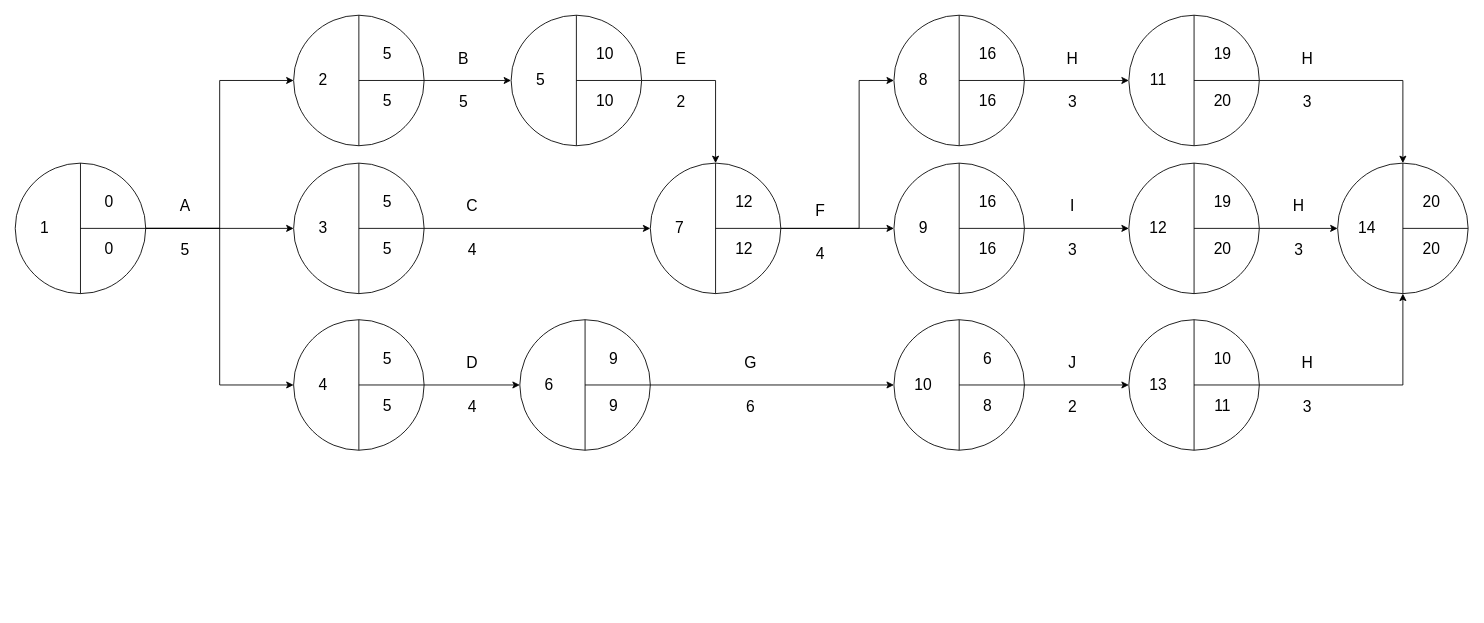
Above: page "Page-2" (2 of 2) of pert_diagram.drawio in RayhanHamada/bikin-dfd (draw.io), before the change. Source tidied: cells renumbered, new cells numbered last; positions are measured from the earlier drawing's top-left corner, leaving out a move shared by most shapes. Both pictures are drawn from the tidied source at 87%, with x=0, y=0 at pixel (15, 15).
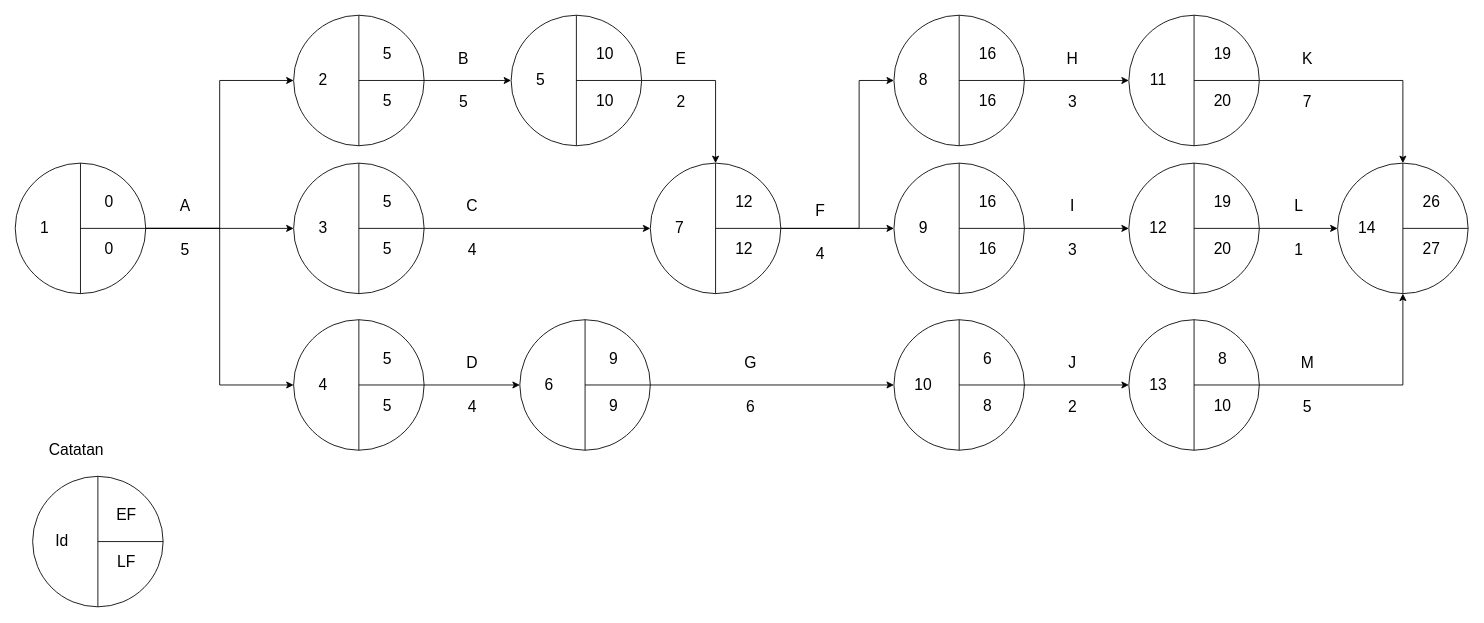
Above is the later version.

Unchanged cells that the change refers to:
```xml
<mxCell id="89" style="group;" parent="1" vertex="1">
  <mxGeometry x="1280" y="350" width="150" height="150" as="geometry" />
</mxCell>
<mxCell id="136" style="group;" parent="1" vertex="1">
  <mxGeometry x="1520" y="170" width="150" height="150" as="geometry" />
</mxCell>
<mxCell id="146" style="group;" parent="1" vertex="1">
  <mxGeometry x="1460" y="40" width="50" height="70" as="geometry" />
</mxCell>
<mxCell id="149" style="group;" parent="1" vertex="1">
  <mxGeometry x="1450" y="210" width="50" height="70" as="geometry" />
</mxCell>
<mxCell id="152" style="group;" parent="1" vertex="1">
  <mxGeometry x="1460" y="390" width="50" height="70" as="geometry" />
</mxCell>
```

Change to the diagram source:
```diff
@@
-    <mxCell id="93" value="&lt;font style=&quot;font-size: 18px&quot;&gt;11&lt;/font&gt;" style="text;html=1;strokeColor=none;fillColor=none;align=center;verticalAlign=middle;whiteSpace=wrap;rounded=0;" parent="89" vertex="1">
+    <mxCell id="93" value="&lt;font style=&quot;font-size: 18px&quot;&gt;10&lt;/font&gt;" style="text;html=1;strokeColor=none;fillColor=none;align=center;verticalAlign=middle;whiteSpace=wrap;rounded=0;" parent="89" vertex="1">
       <mxGeometry x="93.8" y="93.8" width="28.1" height="9.4" as="geometry" />
     </mxCell>
-    <mxCell id="94" value="&lt;font style=&quot;font-size: 18px&quot;&gt;10&lt;/font&gt;" style="text;html=1;strokeColor=none;fillColor=none;align=center;verticalAlign=middle;whiteSpace=wrap;rounded=0;" parent="89" vertex="1">
+    <mxCell id="94" value="&lt;font style=&quot;font-size: 18px&quot;&gt;8&lt;/font&gt;" style="text;html=1;strokeColor=none;fillColor=none;align=center;verticalAlign=middle;whiteSpace=wrap;rounded=0;" parent="89" vertex="1">
       <mxGeometry x="93.8" y="40" width="28.1" height="9.4" as="geometry" />
     </mxCell>
@@
-    <mxCell id="140" value="&lt;font style=&quot;font-size: 18px&quot;&gt;20&lt;/font&gt;" style="text;html=1;strokeColor=none;fillColor=none;align=center;verticalAlign=middle;whiteSpace=wrap;rounded=0;" parent="136" vertex="1">
+    <mxCell id="140" value="&lt;font style=&quot;font-size: 18px&quot;&gt;27&lt;/font&gt;" style="text;html=1;strokeColor=none;fillColor=none;align=center;verticalAlign=middle;whiteSpace=wrap;rounded=0;" parent="136" vertex="1">
       <mxGeometry x="93.8" y="93.8" width="28.1" height="9.4" as="geometry" />
     </mxCell>
-    <mxCell id="141" value="&lt;font style=&quot;font-size: 18px&quot;&gt;20&lt;/font&gt;" style="text;html=1;strokeColor=none;fillColor=none;align=center;verticalAlign=middle;whiteSpace=wrap;rounded=0;" parent="136" vertex="1">
+    <mxCell id="141" value="&lt;font style=&quot;font-size: 18px&quot;&gt;26&lt;/font&gt;" style="text;html=1;strokeColor=none;fillColor=none;align=center;verticalAlign=middle;whiteSpace=wrap;rounded=0;" parent="136" vertex="1">
       <mxGeometry x="93.8" y="40" width="28.1" height="9.4" as="geometry" />
     </mxCell>
@@
-    <mxCell id="147" value="&lt;font style=&quot;font-size: 18px&quot;&gt;H&lt;/font&gt;" style="text;html=1;align=center;verticalAlign=middle;" parent="146" vertex="1">
+    <mxCell id="147" value="&lt;font style=&quot;font-size: 18px&quot;&gt;K&lt;/font&gt;" style="text;html=1;align=center;verticalAlign=middle;" parent="146" vertex="1">
       <mxGeometry x="10" width="30" height="20" as="geometry" />
     </mxCell>
-    <mxCell id="148" value="&lt;font style=&quot;font-size: 18px&quot;&gt;3&lt;/font&gt;" style="text;html=1;align=center;verticalAlign=middle;" parent="146" vertex="1">
+    <mxCell id="148" value="&lt;font style=&quot;font-size: 18px&quot;&gt;7&lt;/font&gt;" style="text;html=1;align=center;verticalAlign=middle;" parent="146" vertex="1">
       <mxGeometry x="10" y="50" width="30" height="20" as="geometry" />
     </mxCell>
@@
-    <mxCell id="150" value="&lt;font style=&quot;font-size: 18px&quot;&gt;H&lt;/font&gt;" style="text;html=1;align=center;verticalAlign=middle;" parent="149" vertex="1">
+    <mxCell id="150" value="&lt;font style=&quot;font-size: 18px&quot;&gt;L&lt;/font&gt;" style="text;html=1;align=center;verticalAlign=middle;" parent="149" vertex="1">
       <mxGeometry x="10" width="30" height="20" as="geometry" />
     </mxCell>
-    <mxCell id="151" value="&lt;font style=&quot;font-size: 18px&quot;&gt;3&lt;/font&gt;" style="text;html=1;align=center;verticalAlign=middle;" parent="149" vertex="1">
+    <mxCell id="151" value="&lt;font style=&quot;font-size: 18px&quot;&gt;1&lt;/font&gt;" style="text;html=1;align=center;verticalAlign=middle;" parent="149" vertex="1">
       <mxGeometry x="10" y="50" width="30" height="20" as="geometry" />
     </mxCell>
@@
-    <mxCell id="153" value="&lt;font style=&quot;font-size: 18px&quot;&gt;H&lt;/font&gt;" style="text;html=1;align=center;verticalAlign=middle;" parent="152" vertex="1">
+    <mxCell id="153" value="&lt;font style=&quot;font-size: 18px&quot;&gt;M&lt;/font&gt;" style="text;html=1;align=center;verticalAlign=middle;" parent="152" vertex="1">
       <mxGeometry x="10" width="30" height="20" as="geometry" />
     </mxCell>
-    <mxCell id="154" value="&lt;font style=&quot;font-size: 18px&quot;&gt;3&lt;/font&gt;" style="text;html=1;align=center;verticalAlign=middle;" parent="152" vertex="1">
+    <mxCell id="154" value="&lt;font style=&quot;font-size: 18px&quot;&gt;5&lt;/font&gt;" style="text;html=1;align=center;verticalAlign=middle;" parent="152" vertex="1">
       <mxGeometry x="10" y="50" width="30" height="20" as="geometry" />
     </mxCell>
+    <mxCell id="155" style="group;" parent="1" vertex="1">
+      <mxGeometry x="20" y="530" width="150" height="150" as="geometry" />
+    </mxCell>
+    <mxCell id="156" style="ellipse;whiteSpace=wrap;html=1;" parent="155" vertex="1">
+      <mxGeometry width="150" height="150" as="geometry" />
+    </mxCell>
+    <mxCell id="157" style="endArrow=none;html=1;exitX=0.5;exitY=1;exitDx=0;exitDy=0;entryX=0.5;entryY=0;entryDx=0;entryDy=0;" parent="155" edge="1" source="156" target="156">
+      <mxGeometry relative="1" as="geometry" />
+    </mxCell>
+    <mxCell id="158" style="endArrow=none;html=1;entryX=1;entryY=0.5;entryDx=0;entryDy=0;" parent="155" edge="1" target="156">
+      <mxGeometry relative="1" as="geometry">
+        <mxPoint x="75" y="75" as="sourcePoint" />
+      </mxGeometry>
+    </mxCell>
+    <mxCell id="159" value="&lt;font style=&quot;font-size: 18px&quot;&gt;LF&lt;/font&gt;" style="text;html=1;strokeColor=none;fillColor=none;align=center;verticalAlign=middle;whiteSpace=wrap;rounded=0;" parent="155" vertex="1">
+      <mxGeometry x="93.8" y="93.8" width="28.1" height="9.4" as="geometry" />
+    </mxCell>
+    <mxCell id="160" value="&lt;font style=&quot;font-size: 18px&quot;&gt;EF&lt;/font&gt;" style="text;html=1;strokeColor=none;fillColor=none;align=center;verticalAlign=middle;whiteSpace=wrap;rounded=0;" parent="155" vertex="1">
+      <mxGeometry x="93.8" y="40" width="28.1" height="9.4" as="geometry" />
+    </mxCell>
+    <mxCell id="161" value="&lt;font style=&quot;font-size: 18px&quot;&gt;Id&lt;/font&gt;" style="text;html=1;strokeColor=none;fillColor=none;align=center;verticalAlign=middle;whiteSpace=wrap;rounded=0;" parent="155" vertex="1">
+      <mxGeometry x="20" y="70.3" width="28.1" height="9.4" as="geometry" />
+    </mxCell>
+    <mxCell id="162" value="&lt;font style=&quot;font-size: 18px&quot;&gt;Catatan&lt;/font&gt;" style="text;html=1;align=center;verticalAlign=middle;" parent="1" vertex="1">
+      <mxGeometry x="30" y="490" width="80" height="20" as="geometry" />
+    </mxCell>
```
